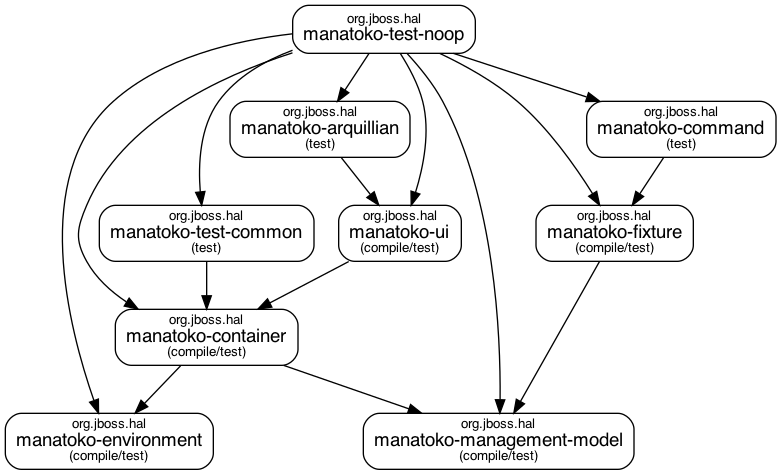
hpehl/manatoko keeps this Graphviz diagram as dependency-graph.png. Above is the earlier version. Its source is kept beside it as dependency-graph.dot.
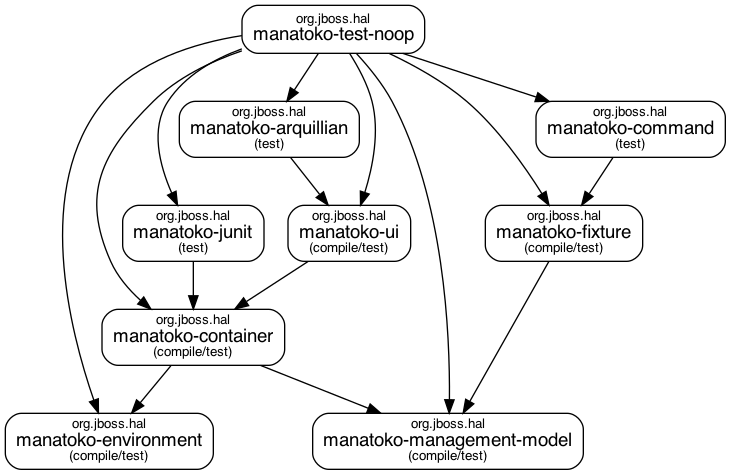
The same diagram one commit later.

Commit message:
Fix #21: Rename 'manatoko-test-common' to 'manatoko-junit'

The edit, as a diff of the source:
```diff
@@ -10,7 +10,7 @@
   "org.jboss.hal:manatoko-arquillian"[label=<<font point-size="10">org.jboss.hal</font><br/>manatoko-arquillian<font point-size="10"><br/>(test)</font>>]
   "org.jboss.hal:manatoko-fixture"[label=<<font point-size="10">org.jboss.hal</font><br/>manatoko-fixture<font point-size="10"><br/>(compile/test)</font>>]
   "org.jboss.hal:manatoko-command"[label=<<font point-size="10">org.jboss.hal</font><br/>manatoko-command<font point-size="10"><br/>(test)</font>>]
-  "org.jboss.hal:manatoko-test-common"[label=<<font point-size="10">org.jboss.hal</font><br/>manatoko-test-common<font point-size="10"><br/>(test)</font>>]
+  "org.jboss.hal:manatoko-junit"[label=<<font point-size="10">org.jboss.hal</font><br/>manatoko-junit<font point-size="10"><br/>(test)</font>>]
   "org.jboss.hal:manatoko-test-noop"[label=<<font point-size="10">org.jboss.hal</font><br/>manatoko-test-noop>]
 
   "org.jboss.hal:manatoko-container" -> "org.jboss.hal:manatoko-environment"
@@ -19,13 +19,13 @@
   "org.jboss.hal:manatoko-arquillian" -> "org.jboss.hal:manatoko-ui"
   "org.jboss.hal:manatoko-fixture" -> "org.jboss.hal:manatoko-management-model"
   "org.jboss.hal:manatoko-command" -> "org.jboss.hal:manatoko-fixture"
-  "org.jboss.hal:manatoko-test-common" -> "org.jboss.hal:manatoko-container"
+  "org.jboss.hal:manatoko-junit" -> "org.jboss.hal:manatoko-container"
   "org.jboss.hal:manatoko-test-noop" -> "org.jboss.hal:manatoko-arquillian"
   "org.jboss.hal:manatoko-test-noop" -> "org.jboss.hal:manatoko-command"
   "org.jboss.hal:manatoko-test-noop" -> "org.jboss.hal:manatoko-container"
   "org.jboss.hal:manatoko-test-noop" -> "org.jboss.hal:manatoko-environment"
+  "org.jboss.hal:manatoko-test-noop" -> "org.jboss.hal:manatoko-junit"
   "org.jboss.hal:manatoko-test-noop" -> "org.jboss.hal:manatoko-fixture"
   "org.jboss.hal:manatoko-test-noop" -> "org.jboss.hal:manatoko-management-model"
-  "org.jboss.hal:manatoko-test-noop" -> "org.jboss.hal:manatoko-test-common"
   "org.jboss.hal:manatoko-test-noop" -> "org.jboss.hal:manatoko-ui"
 }
```
